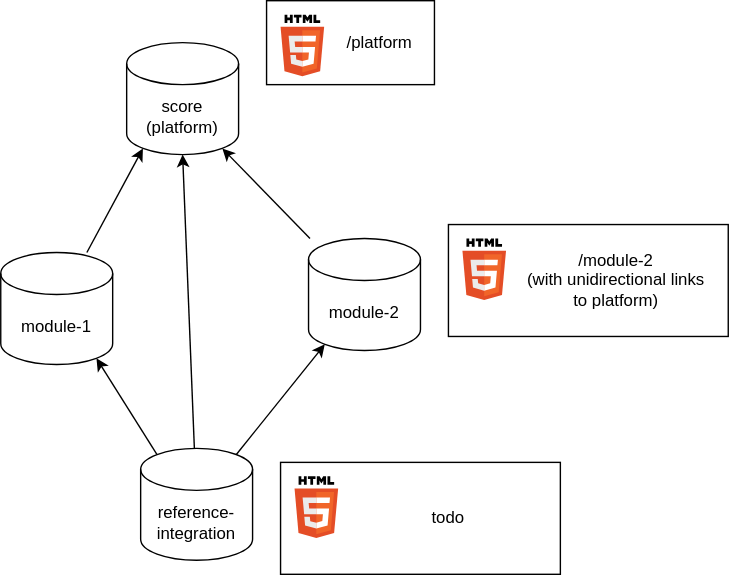
This is docs/_tooling/decision-records/_assets/multirepo_unidirectional.drawio.svg from eclipse-score/score, a draw.io export, as it was before one commit. Source tidied: cells renumbered, new cells last; positions are measured from the earlier drawing's top-left corner, leaving out a move shared by most shapes.
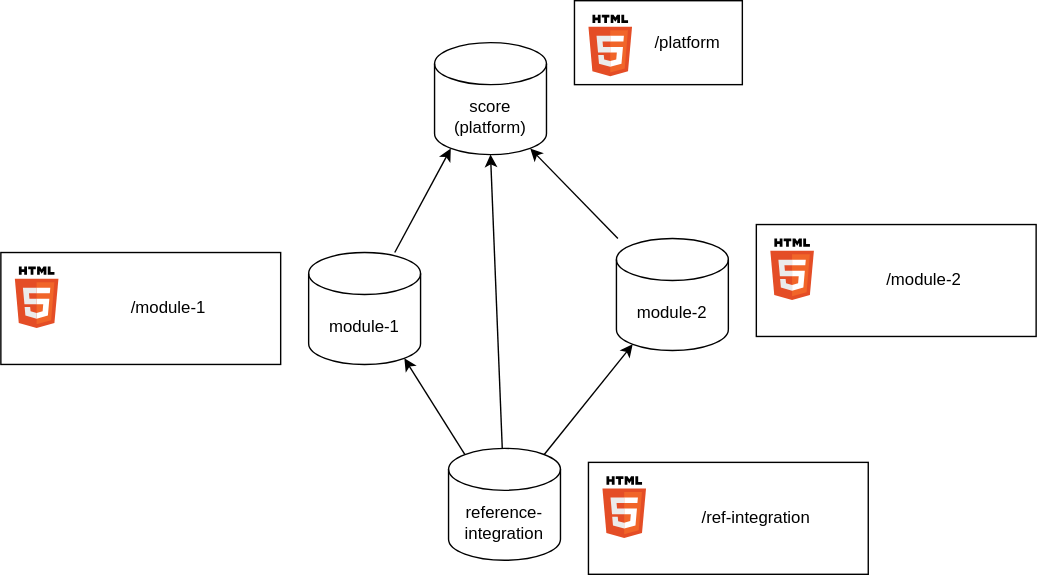
The same file after the commit.

What changed in the source:
```diff
@@ -44,7 +44,7 @@
     <mxCell id="15" style="dashed=0;html=1;align=center;labelPosition=center;verticalLabelPosition=bottom;verticalAlign=top;shape=mxgraph.weblogos.html5;" parent="1" vertex="1">
       <mxGeometry x="210" y="340" width="31.2" height="44" as="geometry" />
     </mxCell>
-    <mxCell id="16" value="todo" style="text;html=1;strokeColor=none;fillColor=none;align=center;verticalAlign=middle;whiteSpace=wrap;rounded=0;" parent="1" vertex="1">
+    <mxCell id="16" value="/ref-integration" style="text;html=1;strokeColor=none;fillColor=none;align=center;verticalAlign=middle;whiteSpace=wrap;rounded=0;" parent="1" vertex="1">
       <mxGeometry x="250" y="340" width="140" height="60" as="geometry" />
     </mxCell>
     <mxCell id="17" style="rounded=0;whiteSpace=wrap;html=1;" parent="1" vertex="1">
@@ -53,8 +53,17 @@
     <mxCell id="18" style="dashed=0;html=1;align=center;labelPosition=center;verticalLabelPosition=bottom;verticalAlign=top;shape=mxgraph.weblogos.html5;" parent="1" vertex="1">
       <mxGeometry x="330" y="170" width="31.2" height="44" as="geometry" />
     </mxCell>
-    <mxCell id="19" value="/module-2&lt;br&gt;(with unidirectional links to platform)" style="text;html=1;strokeColor=none;fillColor=none;align=center;verticalAlign=middle;whiteSpace=wrap;rounded=0;" parent="1" vertex="1">
+    <mxCell id="19" value="/module-2" style="text;html=1;strokeColor=none;fillColor=none;align=center;verticalAlign=middle;whiteSpace=wrap;rounded=0;" parent="1" vertex="1">
       <mxGeometry x="370" y="170" width="140" height="60" as="geometry" />
     </mxCell>
+    <mxCell id="20" style="rounded=0;whiteSpace=wrap;html=1;" parent="1" vertex="1">
+      <mxGeometry x="-220" y="180" width="200" height="80" as="geometry" />
+    </mxCell>
+    <mxCell id="21" style="dashed=0;html=1;align=center;labelPosition=center;verticalLabelPosition=bottom;verticalAlign=top;shape=mxgraph.weblogos.html5;" parent="1" vertex="1">
+      <mxGeometry x="-210" y="190" width="31.2" height="44" as="geometry" />
+    </mxCell>
+    <mxCell id="22" value="/module-1" style="text;html=1;strokeColor=none;fillColor=none;align=center;verticalAlign=middle;whiteSpace=wrap;rounded=0;" parent="1" vertex="1">
+      <mxGeometry x="-170" y="190" width="140" height="60" as="geometry" />
+    </mxCell>
   </root>
 </mxGraphModel>
```
